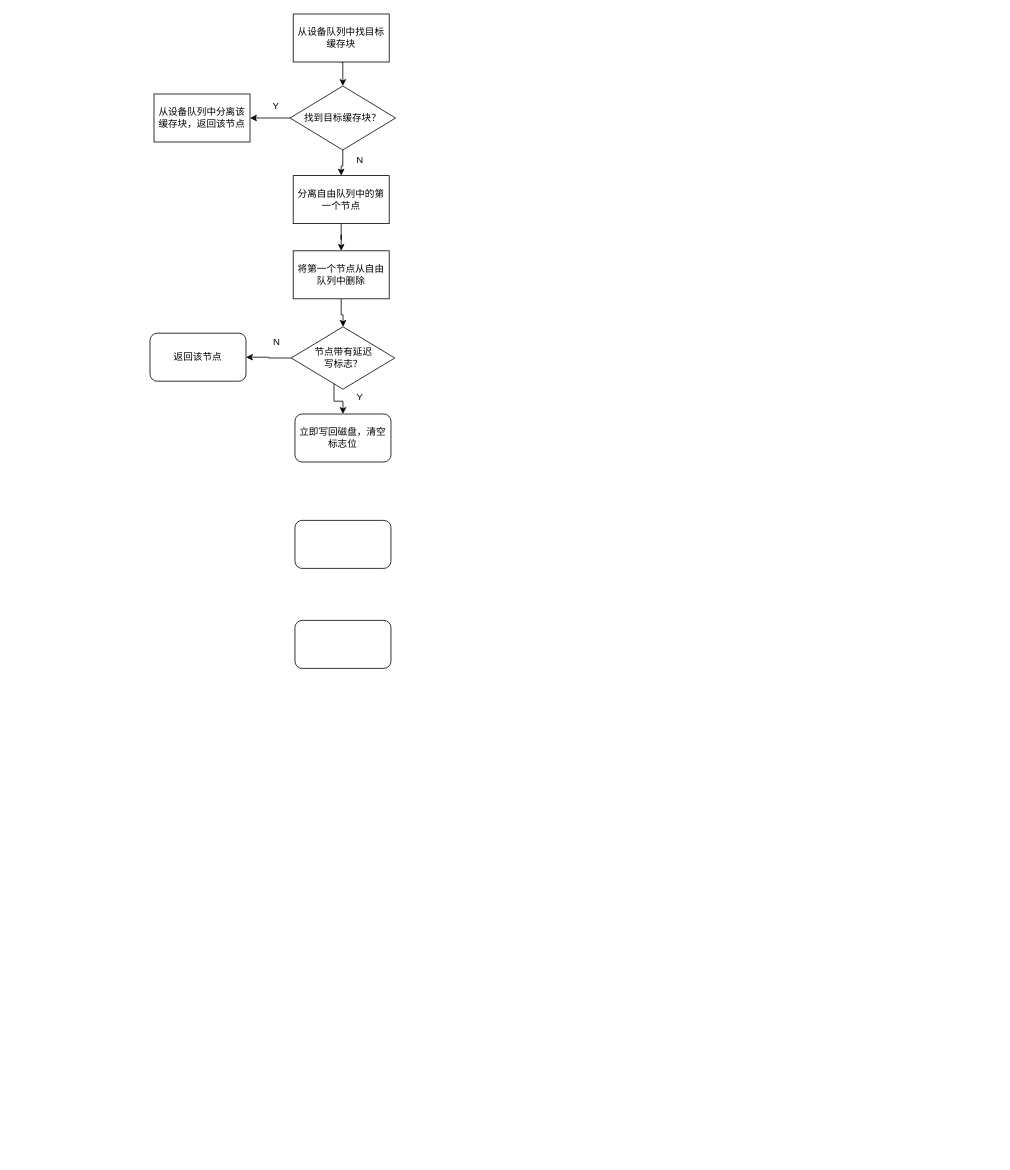
Before: Unix FileSystem.drawio in lmqqqqqq/drawio, a draw.io diagram. Source tidied: cells renumbered, new cells numbered last; positions are measured from the earlier drawing's top-left corner, leaving out a move shared by most shapes. Both pictures are drawn from the tidied source at 80%, with x=0, y=0 at pixel (150, 14).
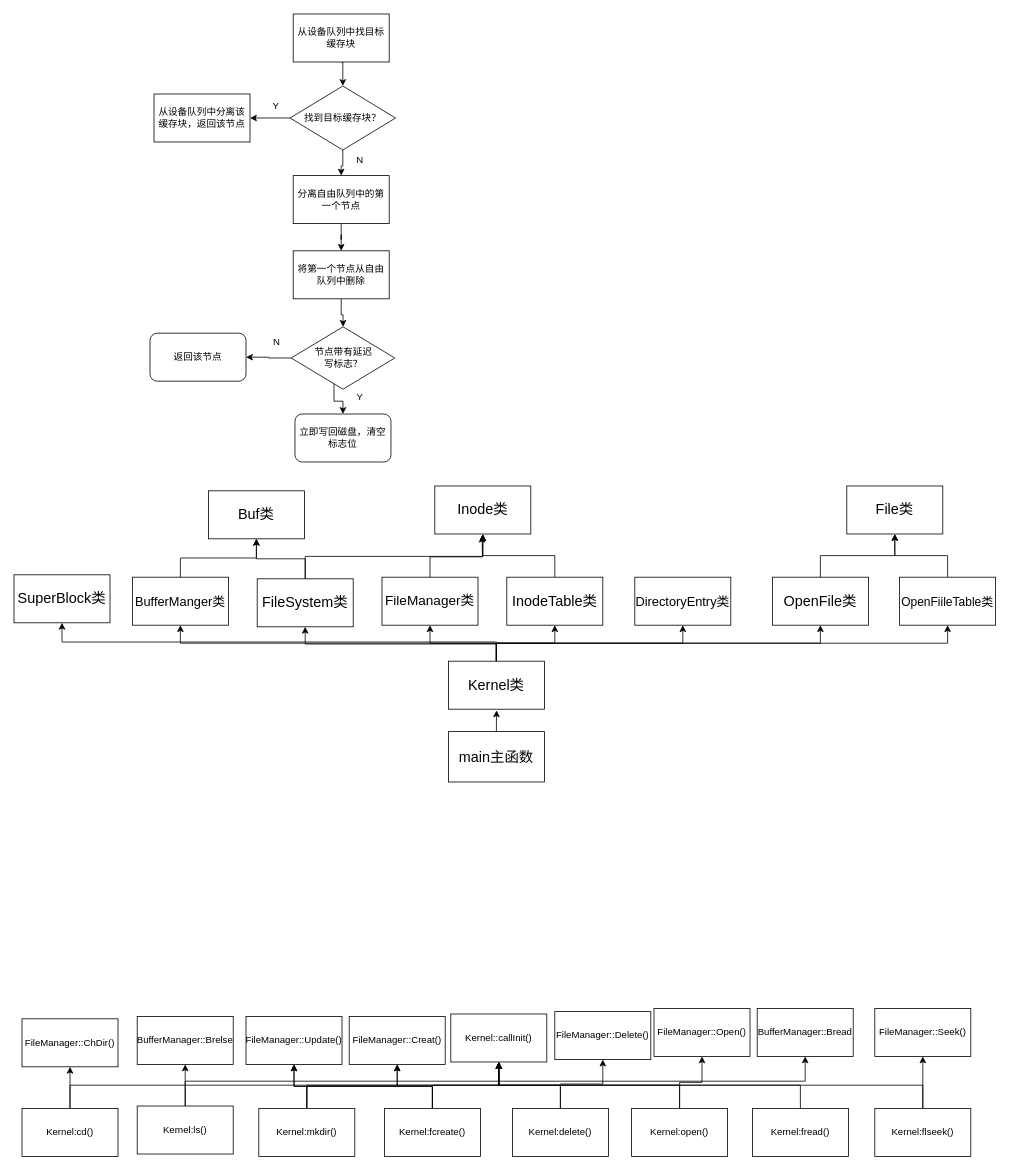
After the change.

The edit, as a diff of the source:
```diff
@@
-    <mxCell id="21" style="rounded=1;whiteSpace=wrap;html=1;" parent="1" vertex="1">
-      <mxGeometry x="181.2" y="758" width="120" height="60" as="geometry" />
-    </mxCell>
-    <mxCell id="22" style="rounded=1;whiteSpace=wrap;html=1;" parent="1" vertex="1">
-      <mxGeometry x="181.2" y="633" width="120" height="60" as="geometry" />
-    </mxCell>
+    <mxCell id="23" style="edgeStyle=orthogonalEdgeStyle;rounded=0;jettySize=auto;html=1;exitX=0.5;exitY=0;exitDx=0;exitDy=0;" parent="1" edge="1" source="24">
+      <mxGeometry relative="1" as="geometry">
+        <mxPoint x="433.1" y="870.4" as="targetPoint" />
+      </mxGeometry>
+    </mxCell>
+    <mxCell id="24" value="&lt;font style=&quot;font-size: 18px;&quot;&gt;main主函数&lt;/font&gt;" style="rounded=0;whiteSpace=wrap;html=1;" parent="1" vertex="1">
+      <mxGeometry x="373" y="897" width="120" height="63" as="geometry" />
+    </mxCell>
+    <mxCell id="25" style="edgeStyle=orthogonalEdgeStyle;rounded=0;jettySize=auto;html=1;exitX=0.5;exitY=0;exitDx=0;exitDy=0;entryX=0.5;entryY=1;entryDx=0;entryDy=0;" parent="1" edge="1" source="33" target="41">
+      <mxGeometry relative="1" as="geometry" />
+    </mxCell>
+    <mxCell id="26" style="edgeStyle=orthogonalEdgeStyle;rounded=0;jettySize=auto;html=1;exitX=0.5;exitY=0;exitDx=0;exitDy=0;entryX=0.5;entryY=1;entryDx=0;entryDy=0;" parent="1" edge="1" source="33" target="43">
+      <mxGeometry relative="1" as="geometry" />
+    </mxCell>
+    <mxCell id="27" style="edgeStyle=orthogonalEdgeStyle;rounded=0;jettySize=auto;html=1;exitX=0.5;exitY=0;exitDx=0;exitDy=0;entryX=0.5;entryY=1;entryDx=0;entryDy=0;" parent="1" edge="1" source="33" target="44">
+      <mxGeometry relative="1" as="geometry" />
+    </mxCell>
+    <mxCell id="28" style="edgeStyle=orthogonalEdgeStyle;rounded=0;jettySize=auto;html=1;exitX=0.5;exitY=0;exitDx=0;exitDy=0;entryX=0.5;entryY=1;entryDx=0;entryDy=0;" parent="1" edge="1" source="33" target="46">
+      <mxGeometry relative="1" as="geometry" />
+    </mxCell>
+    <mxCell id="29" style="edgeStyle=orthogonalEdgeStyle;rounded=0;jettySize=auto;html=1;exitX=0.5;exitY=0;exitDx=0;exitDy=0;entryX=0.5;entryY=1;entryDx=0;entryDy=0;" parent="1" edge="1" source="33" target="48">
+      <mxGeometry relative="1" as="geometry" />
+    </mxCell>
+    <mxCell id="30" style="edgeStyle=orthogonalEdgeStyle;rounded=0;jettySize=auto;html=1;exitX=0.5;exitY=0;exitDx=0;exitDy=0;entryX=0.5;entryY=1;entryDx=0;entryDy=0;" parent="1" edge="1" source="33" target="39">
+      <mxGeometry relative="1" as="geometry" />
+    </mxCell>
+    <mxCell id="31" style="edgeStyle=orthogonalEdgeStyle;rounded=0;jettySize=auto;html=1;exitX=0.5;exitY=0;exitDx=0;exitDy=0;" parent="1" edge="1" source="33" target="36">
+      <mxGeometry relative="1" as="geometry" />
+    </mxCell>
+    <mxCell id="32" style="edgeStyle=orthogonalEdgeStyle;rounded=0;jettySize=auto;html=1;exitX=0.5;exitY=0;exitDx=0;exitDy=0;entryX=0.5;entryY=1;entryDx=0;entryDy=0;" parent="1" edge="1" source="33" target="34">
+      <mxGeometry relative="1" as="geometry" />
+    </mxCell>
+    <mxCell id="33" value="&lt;font style=&quot;font-size: 18px;&quot;&gt;Kernel类&lt;/font&gt;" style="rounded=0;whiteSpace=wrap;html=1;" parent="1" vertex="1">
+      <mxGeometry x="373" y="809" width="120" height="60" as="geometry" />
+    </mxCell>
+    <mxCell id="34" value="&lt;font style=&quot;font-size: 18px;&quot;&gt;SuperBlock类&lt;/font&gt;" style="rounded=0;whiteSpace=wrap;html=1;" parent="1" vertex="1">
+      <mxGeometry x="-170" y="701" width="120" height="60" as="geometry" />
+    </mxCell>
+    <mxCell id="35" style="edgeStyle=orthogonalEdgeStyle;rounded=0;jettySize=auto;html=1;exitX=0.5;exitY=0;exitDx=0;exitDy=0;entryX=0.5;entryY=1;entryDx=0;entryDy=0;" parent="1" edge="1" source="36" target="50">
+      <mxGeometry relative="1" as="geometry" />
+    </mxCell>
+    <mxCell id="36" value="&lt;font style=&quot;font-size: 16px;&quot;&gt;BufferManger类&lt;/font&gt;" style="rounded=0;whiteSpace=wrap;html=1;" parent="1" vertex="1">
+      <mxGeometry x="-22" y="704" width="120" height="60" as="geometry" />
+    </mxCell>
+    <mxCell id="37" style="edgeStyle=orthogonalEdgeStyle;rounded=0;jettySize=auto;html=1;exitX=0.5;exitY=0;exitDx=0;exitDy=0;" parent="1" edge="1" source="39" target="50">
+      <mxGeometry relative="1" as="geometry" />
+    </mxCell>
+    <mxCell id="38" style="edgeStyle=orthogonalEdgeStyle;rounded=0;jettySize=auto;html=1;exitX=0.5;exitY=0;exitDx=0;exitDy=0;" parent="1" edge="1" source="39" target="51">
+      <mxGeometry relative="1" as="geometry" />
+    </mxCell>
+    <mxCell id="39" value="&lt;font style=&quot;font-size: 18px;&quot;&gt;FileSystem类&lt;/font&gt;" style="rounded=0;whiteSpace=wrap;html=1;" parent="1" vertex="1">
+      <mxGeometry x="134" y="706" width="120" height="60" as="geometry" />
+    </mxCell>
+    <mxCell id="40" style="edgeStyle=orthogonalEdgeStyle;rounded=0;jettySize=auto;html=1;exitX=0.5;exitY=0;exitDx=0;exitDy=0;" parent="1" edge="1" source="41">
+      <mxGeometry relative="1" as="geometry">
+        <mxPoint x="415.1" y="652.1" as="targetPoint" />
+      </mxGeometry>
+    </mxCell>
+    <mxCell id="41" value="&lt;font style=&quot;font-size: 17px;&quot;&gt;FileManager类&lt;/font&gt;" style="rounded=0;whiteSpace=wrap;html=1;" parent="1" vertex="1">
+      <mxGeometry x="290" y="704" width="120" height="60" as="geometry" />
+    </mxCell>
+    <mxCell id="42" style="edgeStyle=orthogonalEdgeStyle;rounded=0;jettySize=auto;html=1;exitX=0.5;exitY=0;exitDx=0;exitDy=0;entryX=0.5;entryY=1;entryDx=0;entryDy=0;" parent="1" edge="1" source="43" target="51">
+      <mxGeometry relative="1" as="geometry" />
+    </mxCell>
+    <mxCell id="43" value="&lt;font style=&quot;font-size: 18px;&quot;&gt;InodeTable类&lt;/font&gt;" style="rounded=0;whiteSpace=wrap;html=1;" parent="1" vertex="1">
+      <mxGeometry x="446" y="704" width="120" height="60" as="geometry" />
+    </mxCell>
+    <mxCell id="44" value="&lt;font style=&quot;font-size: 16px;&quot;&gt;DirectoryEntry类&lt;/font&gt;" style="rounded=0;whiteSpace=wrap;html=1;" parent="1" vertex="1">
+      <mxGeometry x="606" y="704" width="120" height="60" as="geometry" />
+    </mxCell>
+    <mxCell id="45" style="edgeStyle=orthogonalEdgeStyle;rounded=0;jettySize=auto;html=1;exitX=0.5;exitY=0;exitDx=0;exitDy=0;entryX=0.5;entryY=1;entryDx=0;entryDy=0;" parent="1" edge="1" source="46" target="49">
+      <mxGeometry relative="1" as="geometry" />
+    </mxCell>
+    <mxCell id="46" value="&lt;font style=&quot;font-size: 18px;&quot;&gt;OpenFile类&lt;/font&gt;" style="rounded=0;whiteSpace=wrap;html=1;" parent="1" vertex="1">
+      <mxGeometry x="778" y="704" width="120" height="60" as="geometry" />
+    </mxCell>
+    <mxCell id="47" style="edgeStyle=orthogonalEdgeStyle;rounded=0;jettySize=auto;html=1;exitX=0.5;exitY=0;exitDx=0;exitDy=0;entryX=0.5;entryY=1;entryDx=0;entryDy=0;" parent="1" edge="1" source="48" target="49">
+      <mxGeometry relative="1" as="geometry" />
+    </mxCell>
+    <mxCell id="48" value="&lt;font style=&quot;font-size: 15px;&quot;&gt;OpenFiileTable类&lt;/font&gt;" style="rounded=0;whiteSpace=wrap;html=1;" parent="1" vertex="1">
+      <mxGeometry x="937" y="704" width="120" height="60" as="geometry" />
+    </mxCell>
+    <mxCell id="49" value="&lt;font style=&quot;font-size: 18px;&quot;&gt;File类&lt;/font&gt;" style="rounded=0;whiteSpace=wrap;html=1;" parent="1" vertex="1">
+      <mxGeometry x="871" y="590" width="120" height="60" as="geometry" />
+    </mxCell>
+    <mxCell id="50" value="&lt;font style=&quot;font-size: 18px;&quot;&gt;Buf类&lt;/font&gt;" style="rounded=0;whiteSpace=wrap;html=1;" parent="1" vertex="1">
+      <mxGeometry x="73" y="596" width="120" height="60" as="geometry" />
+    </mxCell>
+    <mxCell id="51" value="&lt;font style=&quot;font-size: 18px;&quot;&gt;Inode类&lt;/font&gt;" style="rounded=0;whiteSpace=wrap;html=1;" parent="1" vertex="1">
+      <mxGeometry x="356" y="590" width="120" height="60" as="geometry" />
+    </mxCell>
+    <mxCell id="52" style="edgeStyle=orthogonalEdgeStyle;rounded=0;jettySize=auto;html=1;exitX=0.5;exitY=0;exitDx=0;exitDy=0;" parent="1" edge="1" source="54" target="77">
+      <mxGeometry relative="1" as="geometry" />
+    </mxCell>
+    <mxCell id="53" style="edgeStyle=orthogonalEdgeStyle;rounded=0;jettySize=auto;html=1;exitX=0.5;exitY=0;exitDx=0;exitDy=0;entryX=0.5;entryY=1;entryDx=0;entryDy=0;" parent="1" edge="1" source="54" target="78">
+      <mxGeometry relative="1" as="geometry" />
+    </mxCell>
+    <mxCell id="54" value="Kernel:cd()" style="rounded=0;whiteSpace=wrap;html=1;" parent="1" vertex="1">
+      <mxGeometry x="-160" y="1368" width="120" height="60" as="geometry" />
+    </mxCell>
+    <mxCell id="55" style="edgeStyle=orthogonalEdgeStyle;rounded=0;jettySize=auto;html=1;exitX=0.5;exitY=0;exitDx=0;exitDy=0;entryX=0.5;entryY=1;entryDx=0;entryDy=0;" parent="1" edge="1" source="57" target="79">
+      <mxGeometry relative="1" as="geometry" />
+    </mxCell>
+    <mxCell id="56" style="edgeStyle=orthogonalEdgeStyle;rounded=0;jettySize=auto;html=1;exitX=0.5;exitY=0;exitDx=0;exitDy=0;" parent="1" edge="1" source="57" target="80">
+      <mxGeometry relative="1" as="geometry" />
+    </mxCell>
+    <mxCell id="57" value="Kernel:ls()" style="rounded=0;whiteSpace=wrap;html=1;" parent="1" vertex="1">
+      <mxGeometry x="-16" y="1365" width="120" height="60" as="geometry" />
+    </mxCell>
+    <mxCell id="58" style="edgeStyle=orthogonalEdgeStyle;rounded=0;jettySize=auto;html=1;exitX=0.5;exitY=0;exitDx=0;exitDy=0;entryX=0.5;entryY=1;entryDx=0;entryDy=0;" parent="1" edge="1" source="61" target="77">
+      <mxGeometry relative="1" as="geometry" />
+    </mxCell>
+    <mxCell id="59" style="edgeStyle=orthogonalEdgeStyle;rounded=0;jettySize=auto;html=1;exitX=0.5;exitY=0;exitDx=0;exitDy=0;entryX=0.5;entryY=1;entryDx=0;entryDy=0;" parent="1" edge="1" source="61" target="82">
+      <mxGeometry relative="1" as="geometry" />
+    </mxCell>
+    <mxCell id="60" style="edgeStyle=orthogonalEdgeStyle;rounded=0;jettySize=auto;html=1;exitX=0.5;exitY=0;exitDx=0;exitDy=0;entryX=0.5;entryY=1;entryDx=0;entryDy=0;" parent="1" edge="1" source="61" target="81">
+      <mxGeometry relative="1" as="geometry" />
+    </mxCell>
+    <mxCell id="61" value="Kernel:mkdir()" style="rounded=0;whiteSpace=wrap;html=1;" parent="1" vertex="1">
+      <mxGeometry x="136" y="1368" width="120" height="60" as="geometry" />
+    </mxCell>
+    <mxCell id="62" style="edgeStyle=orthogonalEdgeStyle;rounded=0;jettySize=auto;html=1;exitX=0.5;exitY=0;exitDx=0;exitDy=0;entryX=0.5;entryY=1;entryDx=0;entryDy=0;" parent="1" edge="1" source="65" target="77">
+      <mxGeometry relative="1" as="geometry" />
+    </mxCell>
+    <mxCell id="63" style="edgeStyle=orthogonalEdgeStyle;rounded=0;jettySize=auto;html=1;exitX=0.5;exitY=0;exitDx=0;exitDy=0;entryX=0.5;entryY=1;entryDx=0;entryDy=0;" parent="1" edge="1" source="65" target="82">
+      <mxGeometry relative="1" as="geometry" />
+    </mxCell>
+    <mxCell id="64" style="edgeStyle=orthogonalEdgeStyle;rounded=0;jettySize=auto;html=1;exitX=0.5;exitY=0;exitDx=0;exitDy=0;entryX=0.5;entryY=1;entryDx=0;entryDy=0;" parent="1" edge="1" source="65" target="81">
+      <mxGeometry relative="1" as="geometry" />
+    </mxCell>
+    <mxCell id="65" value="Kernel:fcreate()" style="rounded=0;whiteSpace=wrap;html=1;" parent="1" vertex="1">
+      <mxGeometry x="293" y="1368" width="120" height="60" as="geometry" />
+    </mxCell>
+    <mxCell id="66" style="edgeStyle=orthogonalEdgeStyle;rounded=0;jettySize=auto;html=1;exitX=0.5;exitY=0;exitDx=0;exitDy=0;entryX=0.5;entryY=1;entryDx=0;entryDy=0;" parent="1" edge="1" source="68" target="77">
+      <mxGeometry relative="1" as="geometry" />
+    </mxCell>
+    <mxCell id="67" style="edgeStyle=orthogonalEdgeStyle;rounded=0;jettySize=auto;html=1;exitX=0.5;exitY=0;exitDx=0;exitDy=0;entryX=0.5;entryY=1;entryDx=0;entryDy=0;" parent="1" edge="1" source="68" target="83">
+      <mxGeometry relative="1" as="geometry" />
+    </mxCell>
+    <mxCell id="68" value="Kernel:delete()" style="rounded=0;whiteSpace=wrap;html=1;" parent="1" vertex="1">
+      <mxGeometry x="453" y="1368" width="120" height="60" as="geometry" />
+    </mxCell>
+    <mxCell id="69" style="edgeStyle=orthogonalEdgeStyle;rounded=0;jettySize=auto;html=1;exitX=0.5;exitY=0;exitDx=0;exitDy=0;entryX=0.5;entryY=1;entryDx=0;entryDy=0;" parent="1" edge="1" source="71" target="77">
+      <mxGeometry relative="1" as="geometry" />
+    </mxCell>
+    <mxCell id="70" style="edgeStyle=orthogonalEdgeStyle;rounded=0;jettySize=auto;html=1;exitX=0.5;exitY=0;exitDx=0;exitDy=0;entryX=0.5;entryY=1;entryDx=0;entryDy=0;" parent="1" edge="1" source="71" target="84">
+      <mxGeometry relative="1" as="geometry" />
+    </mxCell>
+    <mxCell id="71" value="Kernel:open()" style="rounded=0;whiteSpace=wrap;html=1;" parent="1" vertex="1">
+      <mxGeometry x="602" y="1368" width="120" height="60" as="geometry" />
+    </mxCell>
+    <mxCell id="72" style="edgeStyle=orthogonalEdgeStyle;rounded=0;jettySize=auto;html=1;exitX=0.5;exitY=0;exitDx=0;exitDy=0;entryX=0.5;entryY=1;entryDx=0;entryDy=0;" parent="1" edge="1" source="73" target="77">
+      <mxGeometry relative="1" as="geometry" />
+    </mxCell>
+    <mxCell id="73" value="Kernel:fread()" style="rounded=0;whiteSpace=wrap;html=1;" parent="1" vertex="1">
+      <mxGeometry x="753" y="1368" width="120" height="60" as="geometry" />
+    </mxCell>
+    <mxCell id="74" style="edgeStyle=orthogonalEdgeStyle;rounded=0;jettySize=auto;html=1;exitX=0.5;exitY=0;exitDx=0;exitDy=0;entryX=0.5;entryY=1;entryDx=0;entryDy=0;" parent="1" edge="1" source="76" target="77">
+      <mxGeometry relative="1" as="geometry" />
+    </mxCell>
+    <mxCell id="75" style="edgeStyle=orthogonalEdgeStyle;rounded=0;jettySize=auto;html=1;exitX=0.5;exitY=0;exitDx=0;exitDy=0;entryX=0.5;entryY=1;entryDx=0;entryDy=0;" parent="1" edge="1" source="76" target="85">
+      <mxGeometry relative="1" as="geometry" />
+    </mxCell>
+    <mxCell id="76" value="Kernel:flseek()" style="rounded=0;whiteSpace=wrap;html=1;" parent="1" vertex="1">
+      <mxGeometry x="906" y="1368" width="120" height="60" as="geometry" />
+    </mxCell>
+    <mxCell id="77" value="Kernel::callInit()" style="rounded=0;whiteSpace=wrap;html=1;" parent="1" vertex="1">
+      <mxGeometry x="376" y="1250" width="120" height="60" as="geometry" />
+    </mxCell>
+    <mxCell id="78" value="FileManager::ChDir()" style="rounded=0;whiteSpace=wrap;html=1;" parent="1" vertex="1">
+      <mxGeometry x="-160" y="1256" width="120" height="60" as="geometry" />
+    </mxCell>
+    <mxCell id="79" value="BufferManager::Brelse" style="rounded=0;whiteSpace=wrap;html=1;" parent="1" vertex="1">
+      <mxGeometry x="-16" y="1253" width="120" height="60" as="geometry" />
+    </mxCell>
+    <mxCell id="80" value="BufferManager::Bread" style="rounded=0;whiteSpace=wrap;html=1;" parent="1" vertex="1">
+      <mxGeometry x="759" y="1243" width="120" height="60" as="geometry" />
+    </mxCell>
+    <mxCell id="81" value="FileManager::Creat()" style="rounded=0;whiteSpace=wrap;html=1;" parent="1" vertex="1">
+      <mxGeometry x="249" y="1253" width="120" height="60" as="geometry" />
+    </mxCell>
+    <mxCell id="82" value="FileManager::Update()" style="rounded=0;whiteSpace=wrap;html=1;" parent="1" vertex="1">
+      <mxGeometry x="120" y="1253" width="120" height="60" as="geometry" />
+    </mxCell>
+    <mxCell id="83" value="FileManager::Delete()" style="rounded=0;whiteSpace=wrap;html=1;" parent="1" vertex="1">
+      <mxGeometry x="506" y="1247" width="120" height="60" as="geometry" />
+    </mxCell>
+    <mxCell id="84" value="FileManager::Open()" style="rounded=0;whiteSpace=wrap;html=1;" parent="1" vertex="1">
+      <mxGeometry x="630" y="1243" width="120" height="60" as="geometry" />
+    </mxCell>
+    <mxCell id="85" value="FileManager::Seek()" style="rounded=0;whiteSpace=wrap;html=1;" parent="1" vertex="1">
+      <mxGeometry x="906" y="1243" width="120" height="60" as="geometry" />
+    </mxCell>
```
